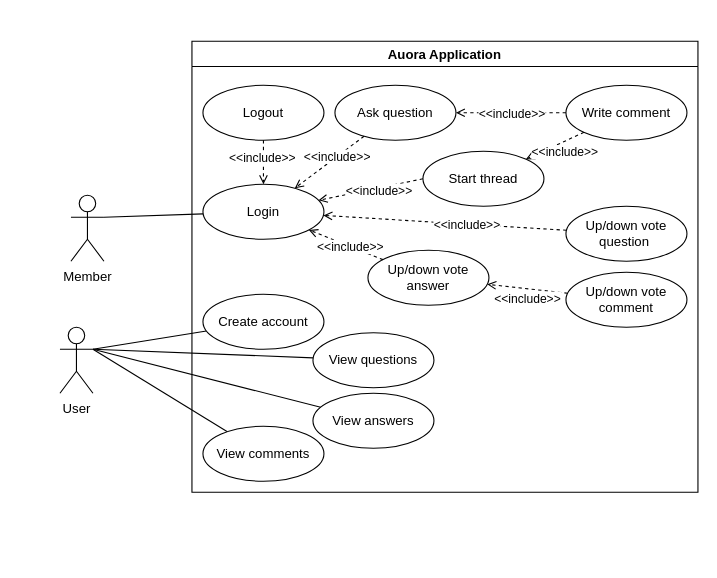
Before: other/usecase/usecase.drawio in Z-100/AUORA, a draw.io diagram. Source tidied: cells renumbered, new cells numbered last; positions are measured from the earlier drawing's top-left corner, leaving out a move shared by most shapes. Both pictures are drawn from the tidied source at 110%, with x=0, y=0 at pixel (59, 41).
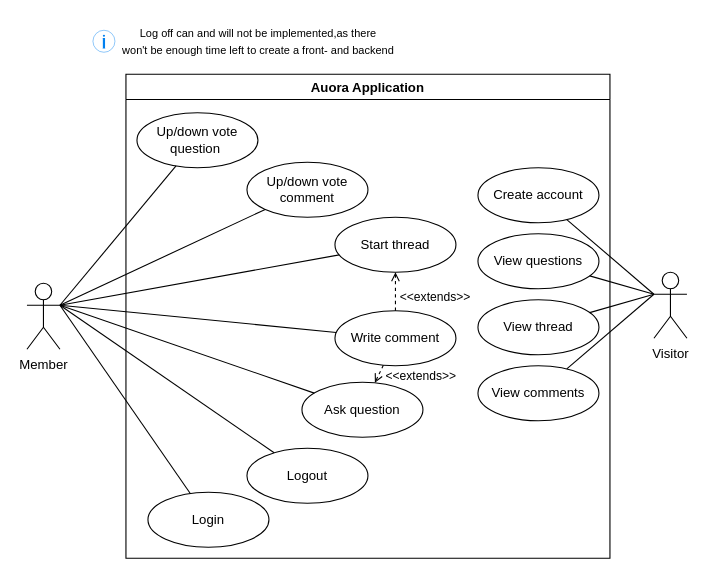
The same diagram, later.

The change refers to these unchanged cells:
```xml
<mxCell id="10" style="edgeStyle=none;rounded=0;jettySize=auto;html=1;endArrow=open;endFill=0;dashed=1;" parent="7" edge="1" source="8" target="9">
  <mxGeometry relative="1" as="geometry" />
</mxCell>
<mxCell id="25" style="edgeStyle=none;rounded=0;jettySize=auto;html=1;endArrow=open;endFill=0;dashed=1;" parent="7" edge="1" source="8" target="22">
  <mxGeometry relative="1" as="geometry" />
</mxCell>
```

What changed in the source:
```diff
@@
-    <mxCell id="2" style="edgeStyle=none;rounded=0;jettySize=auto;html=1;exitX=1;exitY=0.3333333333333333;exitDx=0;exitDy=0;exitPerimeter=0;endArrow=none;endFill=0;" parent="1" edge="1" source="6" target="14">
-      <mxGeometry relative="1" as="geometry" />
-    </mxCell>
-    <mxCell id="3" style="edgeStyle=none;rounded=0;jettySize=auto;html=1;exitX=1;exitY=0.3333333333333333;exitDx=0;exitDy=0;exitPerimeter=0;endArrow=none;endFill=0;" parent="1" edge="1" source="6" target="13">
-      <mxGeometry relative="1" as="geometry" />
-    </mxCell>
-    <mxCell id="4" style="edgeStyle=none;rounded=0;jettySize=auto;html=1;exitX=1;exitY=0.3333333333333333;exitDx=0;exitDy=0;exitPerimeter=0;endArrow=none;endFill=0;" parent="1" edge="1" source="6" target="15">
-      <mxGeometry relative="1" as="geometry" />
-    </mxCell>
-    <mxCell id="5" style="edgeStyle=none;rounded=0;jettySize=auto;html=1;exitX=1;exitY=0.3333333333333333;exitDx=0;exitDy=0;exitPerimeter=0;endArrow=none;endFill=0;" parent="1" edge="1" source="6" target="16">
-      <mxGeometry relative="1" as="geometry" />
-    </mxCell>
-    <mxCell id="6" value="User" style="shape=umlActor;verticalLabelPosition=bottom;verticalAlign=top;html=1;outlineConnect=0;" parent="1" vertex="1">
-      <mxGeometry y="260" width="30" height="60" as="geometry" />
-    </mxCell>
     <mxCell id="7" value="Auora Application" style="swimlane;" parent="1" vertex="1">
-      <mxGeometry x="120" width="460" height="410" as="geometry" />
+      <mxGeometry x="60" y="30" width="440" height="440" as="geometry" />
     </mxCell>
     <mxCell id="8" value="Write comment" style="ellipse;whiteSpace=wrap;html=1;" parent="7" vertex="1">
-      <mxGeometry x="340" y="40" width="110" height="50" as="geometry" />
+      <mxGeometry x="190" y="215" width="110" height="50" as="geometry" />
     </mxCell>
     <mxCell id="9" value="Ask question" style="ellipse;whiteSpace=wrap;html=1;" parent="7" vertex="1">
-      <mxGeometry x="130" y="40" width="110" height="50" as="geometry" />
+      <mxGeometry x="160" y="280" width="110" height="50" as="geometry" />
     </mxCell>
@@
-    <mxCell id="11" value="&amp;lt;&amp;lt;include&amp;gt;&amp;gt;" style="edgeLabel;html=1;align=center;verticalAlign=middle;" parent="10" vertex="1">
+    <mxCell id="11" value="&amp;lt;&amp;lt;extends&amp;gt;&amp;gt;" style="edgeLabel;html=1;align=center;verticalAlign=middle;" parent="10" vertex="1">
       <mxGeometry x="0.51" y="-2" relative="1" as="geometry">
-        <mxPoint x="26" y="2" as="offset" />
+        <mxPoint x="41" y="-2" as="offset" />
       </mxGeometry>
     </mxCell>
     <mxCell id="12" value="Logout" style="ellipse;whiteSpace=wrap;html=1;" parent="7" vertex="1">
-      <mxGeometry x="10" y="40" width="110" height="50" as="geometry" />
+      <mxGeometry x="110" y="340" width="110" height="50" as="geometry" />
     </mxCell>
-    <mxCell id="13" value="View questions" style="ellipse;whiteSpace=wrap;html=1;" parent="7" vertex="1">
-      <mxGeometry x="110" y="265" width="110" height="50" as="geometry" />
-    </mxCell>
-    <mxCell id="14" value="Create account" style="ellipse;whiteSpace=wrap;html=1;" parent="7" vertex="1">
-      <mxGeometry x="10" y="230" width="110" height="50" as="geometry" />
-    </mxCell>
-    <mxCell id="15" value="View answers" style="ellipse;whiteSpace=wrap;html=1;" parent="7" vertex="1">
-      <mxGeometry x="110" y="320" width="110" height="50" as="geometry" />
-    </mxCell>
-    <mxCell id="16" value="View comments" style="ellipse;whiteSpace=wrap;html=1;" parent="7" vertex="1">
-      <mxGeometry x="10" y="350" width="110" height="50" as="geometry" />
-    </mxCell>
     <mxCell id="17" value="Login" style="ellipse;whiteSpace=wrap;html=1;" parent="7" vertex="1">
-      <mxGeometry x="10" y="130" width="110" height="50" as="geometry" />
+      <mxGeometry x="20" y="380" width="110" height="50" as="geometry" />
     </mxCell>
-    <mxCell id="18" style="rounded=0;jettySize=auto;html=1;endArrow=open;endFill=0;dashed=1;" parent="7" edge="1" source="9" target="17">
-      <mxGeometry relative="1" as="geometry" />
-    </mxCell>
-    <mxCell id="19" value="&amp;lt;&amp;lt;include&amp;gt;&amp;gt;" style="edgeLabel;html=1;align=center;verticalAlign=middle;" parent="18" vertex="1">
-      <mxGeometry x="-0.2" relative="1" as="geometry" />
-    </mxCell>
-    <mxCell id="20" style="edgeStyle=none;rounded=0;jettySize=auto;html=1;endArrow=open;endFill=0;dashed=1;" parent="7" edge="1" source="12" target="17">
-      <mxGeometry relative="1" as="geometry" />
-    </mxCell>
-    <mxCell id="21" value="&amp;lt;&amp;lt;include&amp;gt;&amp;gt;" style="edgeLabel;html=1;align=center;verticalAlign=middle;" parent="20" vertex="1">
-      <mxGeometry x="-0.32" relative="1" as="geometry">
-        <mxPoint x="-2" y="1" as="offset" />
-      </mxGeometry>
-    </mxCell>
     <mxCell id="22" value="Start thread" style="ellipse;whiteSpace=wrap;html=1;" parent="7" vertex="1">
-      <mxGeometry x="210" y="100" width="110" height="50" as="geometry" />
+      <mxGeometry x="190" y="130" width="110" height="50" as="geometry" />
     </mxCell>
-    <mxCell id="23" style="edgeStyle=none;rounded=0;jettySize=auto;html=1;exitX=0;exitY=0.5;exitDx=0;exitDy=0;endArrow=open;endFill=0;dashed=1;" parent="7" edge="1" source="22" target="17">
-      <mxGeometry relative="1" as="geometry" />
-    </mxCell>
-    <mxCell id="24" value="&amp;lt;&amp;lt;include&amp;gt;&amp;gt;" style="edgeLabel;html=1;align=center;verticalAlign=middle;" parent="23" vertex="1">
-      <mxGeometry x="-0.14" y="2" relative="1" as="geometry" />
-    </mxCell>
@@
-    <mxCell id="26" value="&amp;lt;&amp;lt;include&amp;gt;&amp;gt;" style="edgeLabel;html=1;align=center;verticalAlign=middle;" parent="25" vertex="1">
+    <mxCell id="26" value="&amp;lt;&amp;lt;extends&amp;gt;&amp;gt;" style="edgeLabel;html=1;align=center;verticalAlign=middle;" parent="25" vertex="1">
       <mxGeometry x="0.33" relative="1" as="geometry">
-        <mxPoint x="18" y="1" as="offset" />
+        <mxPoint x="35" y="10" as="offset" />
       </mxGeometry>
     </mxCell>
     <mxCell id="27" value="Up/down vote question&amp;nbsp;" style="ellipse;whiteSpace=wrap;html=1;" parent="7" vertex="1">
-      <mxGeometry x="340" y="150" width="110" height="50" as="geometry" />
+      <mxGeometry x="10" y="35" width="110" height="50" as="geometry" />
     </mxCell>
-    <mxCell id="28" style="edgeStyle=none;rounded=0;jettySize=auto;html=1;endArrow=open;endFill=0;dashed=1;" parent="7" edge="1" source="27" target="17">
-      <mxGeometry relative="1" as="geometry" />
-    </mxCell>
-    <mxCell id="29" value="&amp;lt;&amp;lt;include&amp;gt;&amp;gt;" style="edgeLabel;html=1;align=center;verticalAlign=middle;" parent="28" vertex="1">
-      <mxGeometry x="-0.18" relative="1" as="geometry" />
-    </mxCell>
-    <mxCell id="30" value="Up/down vote answer" style="ellipse;whiteSpace=wrap;html=1;" parent="7" vertex="1">
-      <mxGeometry x="160" y="190" width="110" height="50" as="geometry" />
-    </mxCell>
-    <mxCell id="31" style="edgeStyle=none;rounded=0;jettySize=auto;html=1;endArrow=open;endFill=0;dashed=1;" parent="7" edge="1" source="30" target="17">
-      <mxGeometry relative="1" as="geometry" />
-    </mxCell>
-    <mxCell id="32" value="&amp;lt;&amp;lt;include&amp;gt;&amp;gt;" style="edgeLabel;html=1;align=center;verticalAlign=middle;" parent="31" vertex="1">
-      <mxGeometry x="-0.13" relative="1" as="geometry" />
-    </mxCell>
     <mxCell id="33" value="Up/down vote comment" style="ellipse;whiteSpace=wrap;html=1;" parent="7" vertex="1">
-      <mxGeometry x="340" y="210" width="110" height="50" as="geometry" />
+      <mxGeometry x="110" y="80" width="110" height="50" as="geometry" />
     </mxCell>
-    <mxCell id="34" style="rounded=0;jettySize=auto;html=1;endArrow=open;endFill=0;dashed=1;" parent="7" edge="1" source="33" target="30">
-      <mxGeometry relative="1" as="geometry" />
-    </mxCell>
-    <mxCell id="35" value="&amp;lt;&amp;lt;include&amp;gt;&amp;gt;" style="edgeLabel;html=1;align=center;verticalAlign=middle;" parent="34" vertex="1">
-      <mxGeometry x="0.44" y="1" relative="1" as="geometry">
-        <mxPoint x="16" y="9" as="offset" />
-      </mxGeometry>
-    </mxCell>
+    <mxCell id="14" value="Create account" style="ellipse;whiteSpace=wrap;html=1;" parent="7" vertex="1">
+      <mxGeometry x="320" y="85" width="110" height="50" as="geometry" />
+    </mxCell>
+    <mxCell id="13" value="View questions" style="ellipse;whiteSpace=wrap;html=1;" parent="7" vertex="1">
+      <mxGeometry x="320" y="145" width="110" height="50" as="geometry" />
+    </mxCell>
+    <mxCell id="15" value="View thread" style="ellipse;whiteSpace=wrap;html=1;" parent="7" vertex="1">
+      <mxGeometry x="320" y="205" width="110" height="50" as="geometry" />
+    </mxCell>
+    <mxCell id="16" value="View comments" style="ellipse;whiteSpace=wrap;html=1;" parent="7" vertex="1">
+      <mxGeometry x="320" y="265" width="110" height="50" as="geometry" />
+    </mxCell>
@@
+    <mxCell id="38" style="edgeStyle=none;rounded=0;jettySize=auto;html=1;exitX=1;exitY=0.3333333333333333;exitDx=0;exitDy=0;exitPerimeter=0;endArrow=none;endFill=0;" parent="1" edge="1" source="37" target="9">
+      <mxGeometry relative="1" as="geometry" />
+    </mxCell>
+    <mxCell id="39" style="edgeStyle=none;rounded=0;jettySize=auto;html=1;exitX=1;exitY=0.3333333333333333;exitDx=0;exitDy=0;exitPerimeter=0;endArrow=none;endFill=0;" parent="1" edge="1" source="37" target="8">
+      <mxGeometry relative="1" as="geometry" />
+    </mxCell>
+    <mxCell id="40" style="edgeStyle=none;rounded=0;jettySize=auto;html=1;exitX=1;exitY=0.3333333333333333;exitDx=0;exitDy=0;exitPerimeter=0;endArrow=none;endFill=0;" parent="1" edge="1" source="37" target="22">
+      <mxGeometry relative="1" as="geometry" />
+    </mxCell>
     <mxCell id="37" value="Member" style="shape=umlActor;verticalLabelPosition=bottom;verticalAlign=top;html=1;outlineConnect=0;" parent="1" vertex="1">
-      <mxGeometry x="10" y="140" width="30" height="60" as="geometry" />
+      <mxGeometry x="-30" y="220" width="30" height="60" as="geometry" />
     </mxCell>
+    <mxCell id="41" value="&lt;font style=&quot;font-size: 10px&quot;&gt;Log off can and will not be implemented,as there &lt;br&gt;won't be enough time left to create a front- and backend&lt;/font&gt;" style="text;html=1;align=center;verticalAlign=middle;strokeColor=none;fillColor=none;" parent="1" vertex="1">
+      <mxGeometry x="50" y="-20" width="260" height="40" as="geometry" />
+    </mxCell>
+    <mxCell id="42" style="rounded=0;jettySize=auto;html=1;entryX=1;entryY=0.3333333333333333;entryDx=0;entryDy=0;entryPerimeter=0;endArrow=none;endFill=0;" parent="1" edge="1" source="12" target="37">
+      <mxGeometry relative="1" as="geometry" />
+    </mxCell>
+    <mxCell id="2" style="edgeStyle=none;rounded=0;jettySize=auto;html=1;exitX=0;exitY=0.3333333333333333;exitDx=0;exitDy=0;exitPerimeter=0;endArrow=none;endFill=0;" parent="1" edge="1" source="6" target="14">
+      <mxGeometry relative="1" as="geometry" />
+    </mxCell>
+    <mxCell id="3" style="edgeStyle=none;rounded=0;jettySize=auto;html=1;exitX=0;exitY=0.3333333333333333;exitDx=0;exitDy=0;exitPerimeter=0;endArrow=none;endFill=0;" parent="1" edge="1" source="6" target="13">
+      <mxGeometry relative="1" as="geometry" />
+    </mxCell>
+    <mxCell id="4" style="edgeStyle=none;rounded=0;jettySize=auto;html=1;exitX=0;exitY=0.3333333333333333;exitDx=0;exitDy=0;exitPerimeter=0;endArrow=none;endFill=0;" parent="1" edge="1" source="6" target="15">
+      <mxGeometry relative="1" as="geometry" />
+    </mxCell>
+    <mxCell id="5" style="edgeStyle=none;rounded=0;jettySize=auto;html=1;exitX=0;exitY=0.3333333333333333;exitDx=0;exitDy=0;exitPerimeter=0;endArrow=none;endFill=0;" parent="1" edge="1" source="6" target="16">
+      <mxGeometry relative="1" as="geometry" />
+    </mxCell>
+    <mxCell id="6" value="Visitor" style="shape=umlActor;verticalLabelPosition=bottom;verticalAlign=top;html=1;outlineConnect=0;" parent="1" vertex="1">
+      <mxGeometry x="540" y="210" width="30" height="60" as="geometry" />
+    </mxCell>
+    <mxCell id="43" style="edgeStyle=none;rounded=0;jettySize=auto;html=1;entryX=1;entryY=0.3333333333333333;entryDx=0;entryDy=0;entryPerimeter=0;endArrow=none;endFill=0;" parent="1" edge="1" source="33" target="37">
+      <mxGeometry relative="1" as="geometry" />
+    </mxCell>
+    <mxCell id="44" style="edgeStyle=none;rounded=0;jettySize=auto;html=1;entryX=1;entryY=0.3333333333333333;entryDx=0;entryDy=0;entryPerimeter=0;endArrow=none;endFill=0;" parent="1" edge="1" source="27" target="37">
+      <mxGeometry relative="1" as="geometry" />
+    </mxCell>
+    <mxCell id="45" style="html=1;verticalLabelPosition=bottom;labelBackgroundColor=#ffffff;verticalAlign=top;shadow=0;dashed=0;strokeWidth=2;shape=mxgraph.ios7.misc.info;strokeColor=#0080f0;sketch=0;" parent="1" vertex="1">
+      <mxGeometry x="30" y="-10" width="20" height="20" as="geometry" />
+    </mxCell>
```
